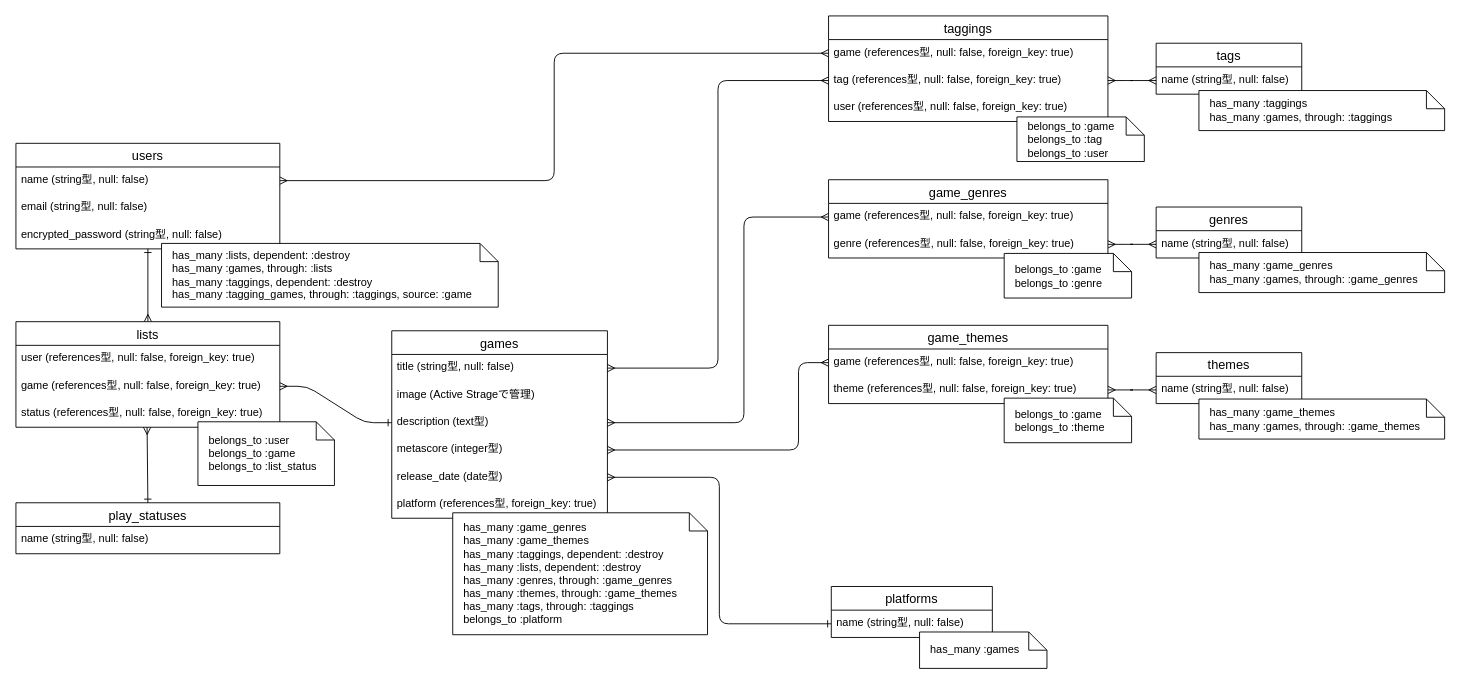
nobmurakami/my-game-db keeps this draw.io diagram as erd.dio. Above is the earlier version. Source tidied: cells renumbered, new cells numbered last; positions are measured from the earlier drawing's top-left corner, leaving out a move shared by most shapes. Both pictures are drawn from the tidied source at 91%, with x=0, y=0 at pixel (15, 15).
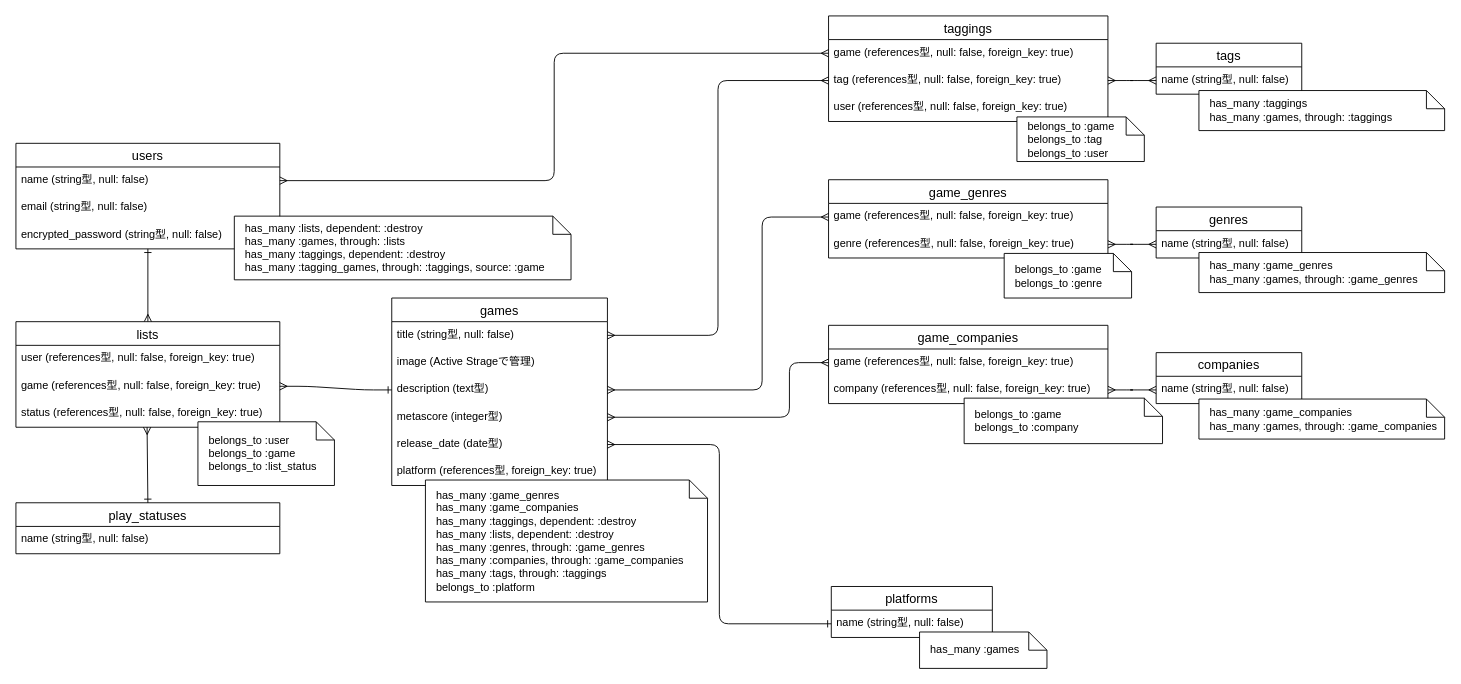
The same page after the edit.

Commit message (it also covers changes not shown here):
#12 テーブル設計の修正

The change refers to these unchanged cells:
```xml
<mxCell id="14" value="description (text型)" style="text;strokeColor=none;fillColor=none;spacingLeft=4;spacingRight=4;overflow=hidden;points=[[0,0.5],[1,0.5]];portConstraint=eastwest;fontSize=12;" parent="11" vertex="1">
  <mxGeometry y="86" width="237" height="30" as="geometry" />
</mxCell>
<mxCell id="15" value="metascore (integer型)" style="text;strokeColor=none;fillColor=none;spacingLeft=4;spacingRight=4;overflow=hidden;points=[[0,0.5],[1,0.5]];portConstraint=eastwest;fontSize=12;" parent="11" vertex="1">
  <mxGeometry y="116" width="237" height="30" as="geometry" />
</mxCell>
<mxCell id="25" value="game (references型, null: false, foreign_key: true)" style="text;strokeColor=none;fillColor=none;spacingLeft=4;spacingRight=4;overflow=hidden;points=[[0,0.5],[1,0.5]];portConstraint=eastwest;fontSize=12;" parent="24" vertex="1">
  <mxGeometry y="26" width="307" height="30" as="geometry" />
</mxCell>
<mxCell id="28" value="game (references型, null: false, foreign_key: true)" style="text;strokeColor=none;fillColor=none;spacingLeft=4;spacingRight=4;overflow=hidden;points=[[0,0.5],[1,0.5]];portConstraint=eastwest;fontSize=12;" parent="27" vertex="1">
  <mxGeometry y="26" width="307" height="30" as="geometry" />
</mxCell>
```

The edit, as a diff of the source:
```diff
@@
     <mxCell id="11" value="games" style="swimlane;fontStyle=0;horizontal=1;startSize=26;align=center;fontSize=14;" parent="1" vertex="1">
-      <mxGeometry x="413" y="346" width="237" height="206" as="geometry" />
+      <mxGeometry x="413" y="310" width="237" height="206" as="geometry" />
     </mxCell>
@@
-    <mxCell id="20" value="themes" style="swimlane;fontStyle=0;horizontal=1;startSize=26;align=center;fontSize=14;" parent="1" vertex="1">
+    <mxCell id="20" value="companies" style="swimlane;fontStyle=0;horizontal=1;startSize=26;align=center;fontSize=14;" parent="1" vertex="1">
       <mxGeometry x="1253" y="370" width="160" height="56" as="geometry" />
     </mxCell>
@@
-    <mxCell id="27" value="game_themes" style="swimlane;fontStyle=0;horizontal=1;startSize=26;align=center;fontSize=14;" parent="1" vertex="1">
+    <mxCell id="27" value="game_companies" style="swimlane;fontStyle=0;horizontal=1;startSize=26;align=center;fontSize=14;" parent="1" vertex="1">
       <mxGeometry x="893" y="340" width="307" height="86" as="geometry" />
     </mxCell>
@@
-    <mxCell id="29" value="theme (references型, null: false, foreign_key: true)" style="text;strokeColor=none;fillColor=none;spacingLeft=4;spacingRight=4;overflow=hidden;points=[[0,0.5],[1,0.5]];portConstraint=eastwest;fontSize=12;" parent="27" vertex="1">
+    <mxCell id="29" value="company (references型, null: false, foreign_key: true)" style="text;strokeColor=none;fillColor=none;spacingLeft=4;spacingRight=4;overflow=hidden;points=[[0,0.5],[1,0.5]];portConstraint=eastwest;fontSize=12;" parent="27" vertex="1">
       <mxGeometry y="56" width="307" height="30" as="geometry" />
     </mxCell>
@@
     <mxCell id="34" style="edgeStyle=orthogonalEdgeStyle;fontSize=12;html=1;endArrow=ERmany;startArrow=ERmany;exitX=1;exitY=0.5;exitDx=0;exitDy=0;entryX=0;entryY=0.5;entryDx=0;entryDy=0;" parent="1" edge="1" source="14" target="25">
       <mxGeometry relative="1" as="geometry">
         <Array as="points">
-          <mxPoint x="800" y="447" />
-          <mxPoint x="800" y="221" />
+          <mxPoint x="820" y="411" />
+          <mxPoint x="820" y="221" />
         </Array>
       </mxGeometry>
     </mxCell>
@@
     <mxCell id="36" style="edgeStyle=orthogonalEdgeStyle;fontSize=12;html=1;endArrow=ERmany;startArrow=ERmany;entryX=0;entryY=0.5;entryDx=0;entryDy=0;exitX=1;exitY=0.5;exitDx=0;exitDy=0;" parent="1" edge="1" source="15" target="28">
       <mxGeometry relative="1" as="geometry">
         <Array as="points">
-          <mxPoint x="860" y="477" />
-          <mxPoint x="860" y="381" />
+          <mxPoint x="850" y="441" />
+          <mxPoint x="850" y="381" />
         </Array>
       </mxGeometry>
     </mxCell>
@@
     <mxCell id="44" value="has_many :lists, dependent: :destroy&lt;br&gt;has_many :games, through: :lists&lt;br&gt;has_many :taggings, dependent: :destroy&lt;br&gt;has_many :tagging_games, through: :taggings, source: :game" style="shape=note;size=20;whiteSpace=wrap;html=1;align=left;spacingLeft=10;" parent="1" vertex="1">
-      <mxGeometry x="160" y="250" width="370" height="70" as="geometry" />
+      <mxGeometry x="240" y="220" width="370" height="70" as="geometry" />
     </mxCell>
@@
-    <mxCell id="49" value="has_many :game_genres&lt;br&gt;has_many :game_themes&lt;br&gt;has_many :taggings, dependent: :destroy&lt;br&gt;has_many :lists, dependent: :destroy&lt;br&gt;has_many :genres, through: :game_genres&lt;br&gt;has_many :themes, through: :game_themes&lt;br&gt;has_many :tags, through: :taggings&lt;br&gt;belongs_to :platform" style="shape=note;size=20;whiteSpace=wrap;html=1;align=left;spacingLeft=10;" parent="1" vertex="1">
-      <mxGeometry x="480" y="546" width="280" height="134" as="geometry" />
+    <mxCell id="49" value="has_many :game_genres&lt;br&gt;has_many :game_companies&lt;br&gt;has_many :taggings, dependent: :destroy&lt;br&gt;has_many :lists, dependent: :destroy&lt;br&gt;has_many :genres, through: :game_genres&lt;br&gt;has_many :companies, through: :game_companies&lt;br&gt;has_many :tags, through: :taggings&lt;br&gt;belongs_to :platform" style="shape=note;size=20;whiteSpace=wrap;html=1;align=left;spacingLeft=10;" parent="1" vertex="1">
+      <mxGeometry x="450" y="510" width="310" height="134" as="geometry" />
     </mxCell>
@@
-    <mxCell id="51" value="&lt;span&gt;belongs_to :game&lt;/span&gt;&lt;br&gt;&lt;div&gt;&lt;span&gt;belongs_to :theme&lt;/span&gt;&lt;/div&gt;" style="shape=note;size=20;whiteSpace=wrap;html=1;align=left;spacingLeft=10;" parent="1" vertex="1">
-      <mxGeometry x="1086" y="420" width="140" height="49" as="geometry" />
+    <mxCell id="51" value="&lt;span&gt;belongs_to :game&lt;/span&gt;&lt;br&gt;&lt;div&gt;&lt;span&gt;belongs_to :company&lt;/span&gt;&lt;/div&gt;" style="shape=note;size=20;whiteSpace=wrap;html=1;align=left;spacingLeft=10;" parent="1" vertex="1">
+      <mxGeometry x="1042" y="420" width="218" height="50" as="geometry" />
     </mxCell>
@@
-    <mxCell id="54" value="has_many :game_themes&lt;br&gt;has_many :games, through: :game_themes" style="shape=note;size=20;whiteSpace=wrap;html=1;align=left;spacingLeft=10;" parent="1" vertex="1">
+    <mxCell id="54" value="has_many :game_companies&lt;br&gt;has_many :games, through: :game_companies" style="shape=note;size=20;whiteSpace=wrap;html=1;align=left;spacingLeft=10;" parent="1" vertex="1">
       <mxGeometry x="1300" y="421" width="270" height="44" as="geometry" />
     </mxCell>
```
